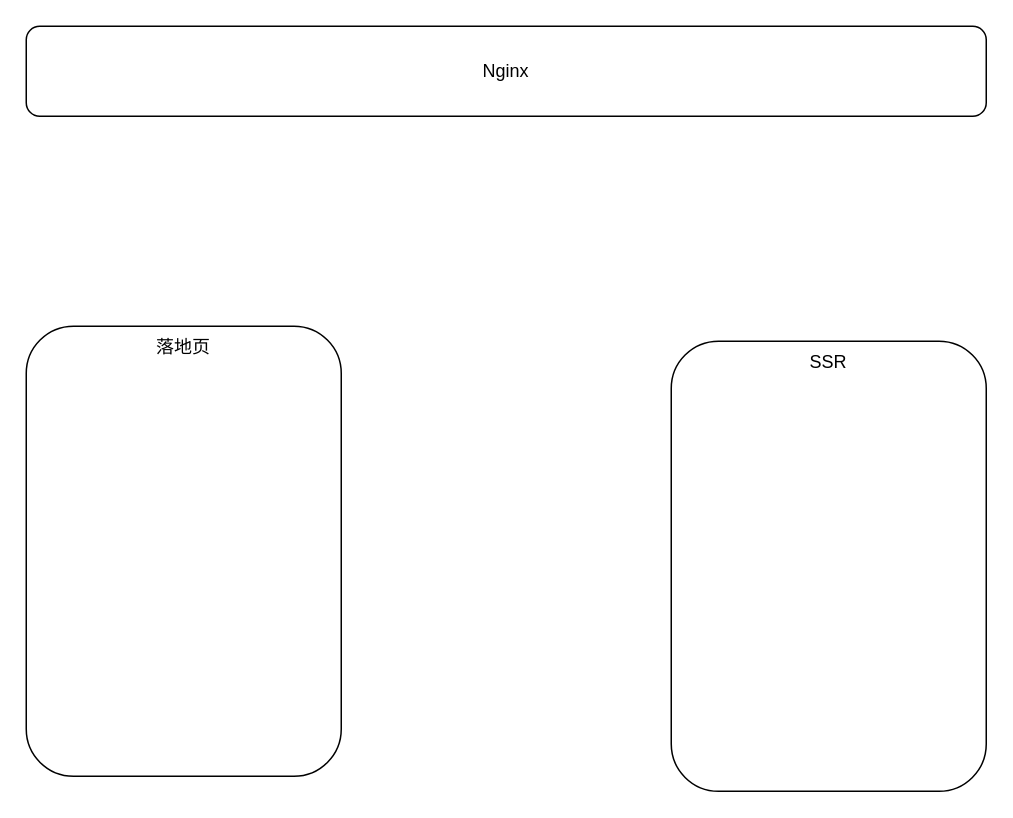
Before: Untitled Diagram.drawio in nicejacket/uml, a draw.io diagram. Source tidied: cells renumbered, new cells numbered last; positions are measured from the earlier drawing's top-left corner, leaving out a move shared by most shapes. Both pictures are drawn from the tidied source at 150%, with x=0, y=0 at pixel (26, 26).
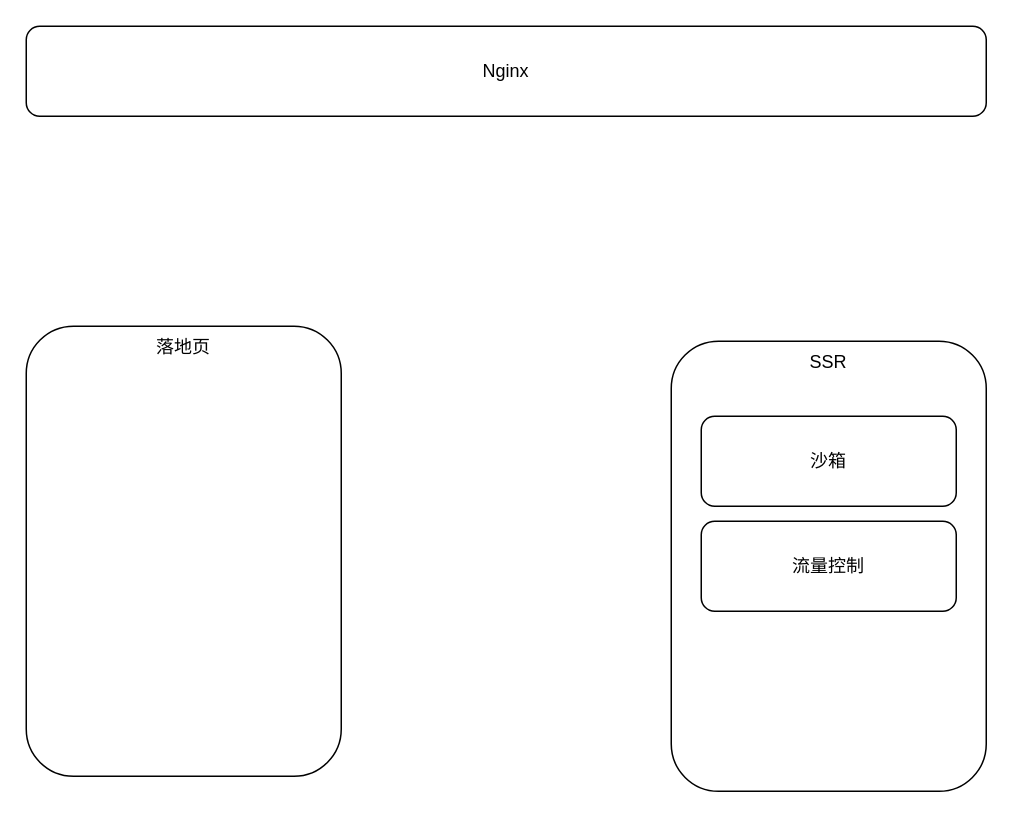
Above is the later version.

What changed in the source:
```diff
@@
 <mxGraphModel>
   <root>
     <mxCell id="0" />
     <mxCell id="1" parent="0" />
     <mxCell id="2" value="Nginx" style="rounded=1;whiteSpace=wrap;html=1;" parent="1" vertex="1">
       <mxGeometry width="640" height="60" as="geometry" />
     </mxCell>
     <mxCell id="3" value="落地页" style="rounded=1;whiteSpace=wrap;html=1;horizontal=1;verticalAlign=top;" parent="1" vertex="1">
       <mxGeometry y="200" width="210" height="300" as="geometry" />
     </mxCell>
     <mxCell id="4" value="SSR" style="rounded=1;whiteSpace=wrap;html=1;horizontal=1;verticalAlign=top;" parent="1" vertex="1">
       <mxGeometry x="430" y="210" width="210" height="300" as="geometry" />
     </mxCell>
+    <mxCell id="5" value="沙箱" style="rounded=1;whiteSpace=wrap;html=1;verticalAlign=middle;" parent="1" vertex="1">
+      <mxGeometry x="450" y="260" width="170" height="60" as="geometry" />
+    </mxCell>
+    <mxCell id="6" value="流量控制" style="rounded=1;whiteSpace=wrap;html=1;verticalAlign=middle;" parent="1" vertex="1">
+      <mxGeometry x="450" y="330" width="170" height="60" as="geometry" />
+    </mxCell>
   </root>
 </mxGraphModel>
```
